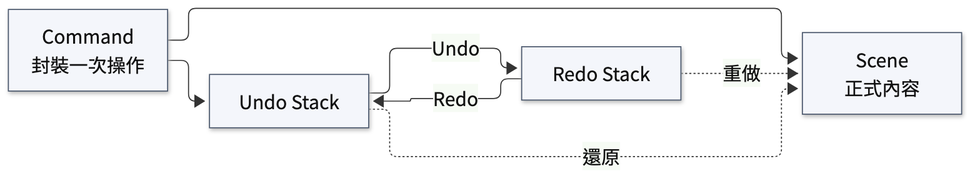
The Mermaid diagram docs/figures/ch03_command-history.png in YuanOwO/CG-hw1-paint, before a commit. Its source is kept beside it as docs/figures-src/ch03_command-history.mmd.
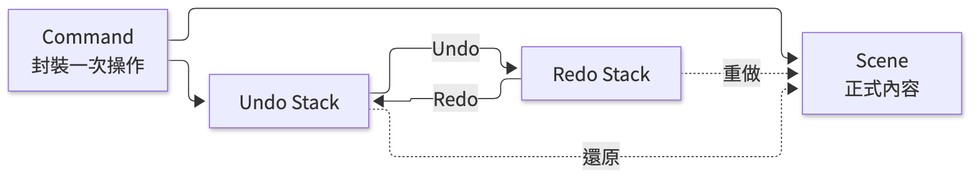
Later version of the same file.

What changed in the source:
```diff
@@ -5,6 +5,3 @@
     redo -->|Redo| undo
     undo -. 還原 .-> scene
     redo -. 重做 .-> scene
-
-    classDef step fill:#f4f6fb,stroke:#49566b,color:#111,stroke-width:1px;
-    class command,scene,undo,redo step;
```
